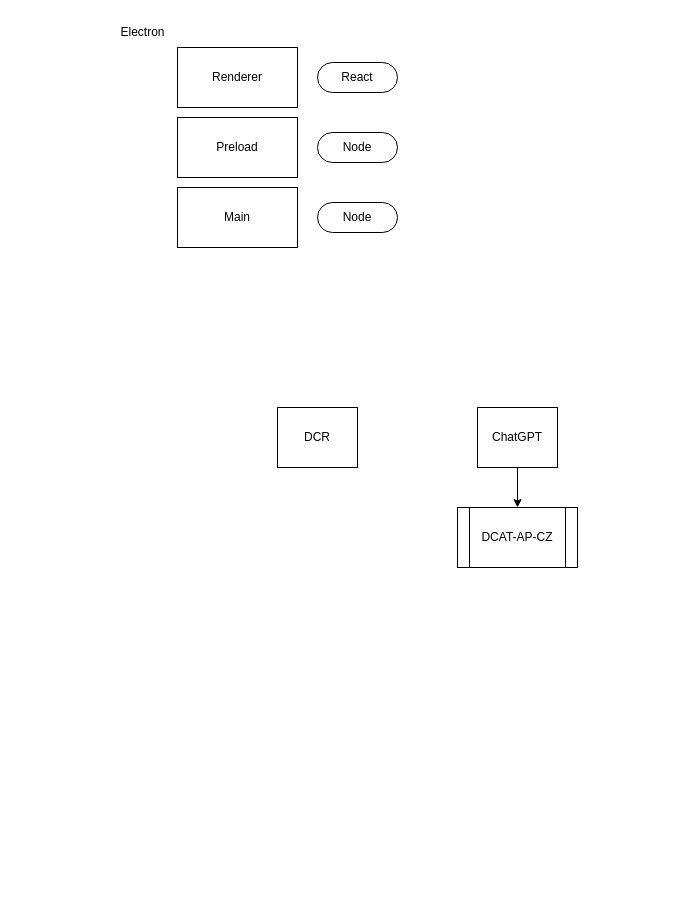
The draw.io diagram page "Architecture" (3 of 5) of MetaMake.drawio in SaNuelson/MetaMake, before the edit. Source tidied: cells renumbered, new cells numbered last; positions are measured from the earlier drawing's top-left corner, leaving out a move shared by most shapes. Both pictures are drawn from the tidied source at 100%, with x=0, y=0 at pixel (107, 17).
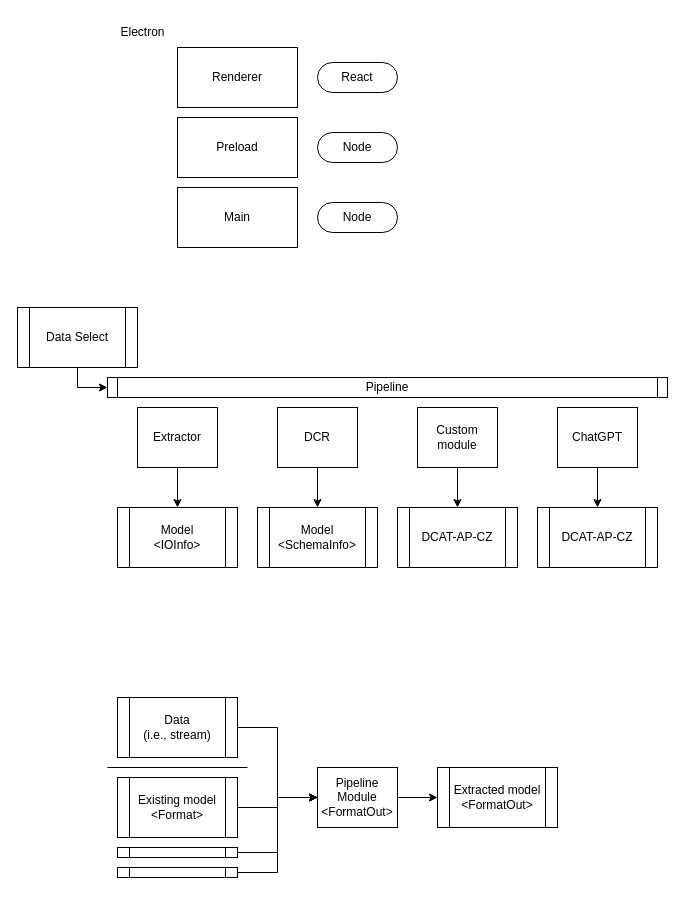
After the change.

The change refers to these unchanged cells:
```xml
<mxCell id="11" value="DCR" style="rounded=0;whiteSpace=wrap;html=1;" parent="1" vertex="1">
  <mxGeometry x="170" y="390" width="80" height="60" as="geometry" />
</mxCell>
```

The edit, as a diff of the source:
```diff
@@
     <mxCell id="10" value="ChatGPT" style="rounded=0;whiteSpace=wrap;html=1;" parent="1" vertex="1">
-      <mxGeometry x="370" y="390" width="80" height="60" as="geometry" />
+      <mxGeometry x="450" y="390" width="80" height="60" as="geometry" />
     </mxCell>
+    <mxCell id="13" style="edgeStyle=orthogonalEdgeStyle;rounded=0;jettySize=auto;html=1;exitX=0.5;exitY=1;exitDx=0;exitDy=0;entryX=0.5;entryY=0;entryDx=0;entryDy=0;" parent="1" edge="1" source="11" target="20">
+      <mxGeometry relative="1" as="geometry" />
+    </mxCell>
@@
     <mxCell id="12" value="DCAT-AP-CZ" style="shape=process;whiteSpace=wrap;html=1;backgroundOutline=1;" parent="1" vertex="1">
-      <mxGeometry x="350" y="490" width="120" height="60" as="geometry" />
+      <mxGeometry x="430" y="490" width="120" height="60" as="geometry" />
     </mxCell>
+    <mxCell id="14" style="edgeStyle=orthogonalEdgeStyle;rounded=0;jettySize=auto;html=1;entryX=0;entryY=0.5;entryDx=0;entryDy=0;" parent="1" edge="1" source="15" target="16">
+      <mxGeometry relative="1" as="geometry" />
+    </mxCell>
+    <mxCell id="15" value="Data Select" style="shape=process;whiteSpace=wrap;html=1;backgroundOutline=1;" parent="1" vertex="1">
+      <mxGeometry x="-90" y="290" width="120" height="60" as="geometry" />
+    </mxCell>
+    <mxCell id="16" value="Pipeline" style="shape=process;whiteSpace=wrap;html=1;backgroundOutline=1;size=0.017857142857142856;" parent="1" vertex="1">
+      <mxGeometry y="360" width="560" height="20" as="geometry" />
+    </mxCell>
+    <mxCell id="17" style="edgeStyle=orthogonalEdgeStyle;rounded=0;jettySize=auto;html=1;exitX=0.5;exitY=1;exitDx=0;exitDy=0;" parent="1" edge="1" source="18" target="19">
+      <mxGeometry relative="1" as="geometry" />
+    </mxCell>
+    <mxCell id="18" value="Extractor" style="rounded=0;whiteSpace=wrap;html=1;" parent="1" vertex="1">
+      <mxGeometry x="30" y="390" width="80" height="60" as="geometry" />
+    </mxCell>
+    <mxCell id="19" value="Model&lt;br&gt;&amp;lt;IOInfo&amp;gt;" style="shape=process;whiteSpace=wrap;html=1;backgroundOutline=1;" parent="1" vertex="1">
+      <mxGeometry x="10" y="490" width="120" height="60" as="geometry" />
+    </mxCell>
+    <mxCell id="20" value="Model&lt;br&gt;&amp;lt;SchemaInfo&amp;gt;" style="shape=process;whiteSpace=wrap;html=1;backgroundOutline=1;" parent="1" vertex="1">
+      <mxGeometry x="150" y="490" width="120" height="60" as="geometry" />
+    </mxCell>
+    <mxCell id="21" value="DCAT-AP-CZ" style="shape=process;whiteSpace=wrap;html=1;backgroundOutline=1;" parent="1" vertex="1">
+      <mxGeometry x="290" y="490" width="120" height="60" as="geometry" />
+    </mxCell>
+    <mxCell id="22" style="edgeStyle=orthogonalEdgeStyle;rounded=0;jettySize=auto;html=1;exitX=0.5;exitY=1;exitDx=0;exitDy=0;" parent="1" edge="1" source="23" target="21">
+      <mxGeometry relative="1" as="geometry" />
+    </mxCell>
+    <mxCell id="23" value="Custom module" style="rounded=0;whiteSpace=wrap;html=1;" parent="1" vertex="1">
+      <mxGeometry x="310" y="390" width="80" height="60" as="geometry" />
+    </mxCell>
+    <mxCell id="24" style="edgeStyle=orthogonalEdgeStyle;rounded=0;jettySize=auto;html=1;exitX=1;exitY=0.5;exitDx=0;exitDy=0;" parent="1" edge="1" source="25" target="34">
+      <mxGeometry relative="1" as="geometry" />
+    </mxCell>
+    <mxCell id="25" value="Pipeline Module&lt;br&gt;&amp;lt;FormatOut&amp;gt;" style="rounded=0;whiteSpace=wrap;html=1;" parent="1" vertex="1">
+      <mxGeometry x="210" y="750" width="80" height="60" as="geometry" />
+    </mxCell>
+    <mxCell id="26" style="edgeStyle=orthogonalEdgeStyle;rounded=0;jettySize=auto;html=1;exitX=1;exitY=0.5;exitDx=0;exitDy=0;" parent="1" edge="1" source="27" target="25">
+      <mxGeometry relative="1" as="geometry" />
+    </mxCell>
+    <mxCell id="27" value="Existing model&lt;br&gt;&amp;lt;Format&amp;gt;" style="shape=process;whiteSpace=wrap;html=1;backgroundOutline=1;" parent="1" vertex="1">
+      <mxGeometry x="10" y="760" width="120" height="60" as="geometry" />
+    </mxCell>
+    <mxCell id="28" style="edgeStyle=orthogonalEdgeStyle;rounded=0;jettySize=auto;html=1;exitX=1;exitY=0.5;exitDx=0;exitDy=0;entryX=0;entryY=0.5;entryDx=0;entryDy=0;" parent="1" edge="1" source="29" target="25">
+      <mxGeometry relative="1" as="geometry" />
+    </mxCell>
+    <mxCell id="29" style="shape=process;whiteSpace=wrap;html=1;backgroundOutline=1;" parent="1" vertex="1">
+      <mxGeometry x="10" y="830" width="120" height="10" as="geometry" />
+    </mxCell>
+    <mxCell id="30" style="edgeStyle=orthogonalEdgeStyle;rounded=0;jettySize=auto;html=1;exitX=1;exitY=0.5;exitDx=0;exitDy=0;entryX=0;entryY=0.5;entryDx=0;entryDy=0;" parent="1" edge="1" source="31" target="25">
+      <mxGeometry relative="1" as="geometry" />
+    </mxCell>
+    <mxCell id="31" style="shape=process;whiteSpace=wrap;html=1;backgroundOutline=1;" parent="1" vertex="1">
+      <mxGeometry x="10" y="850" width="120" height="10" as="geometry" />
+    </mxCell>
+    <mxCell id="32" style="edgeStyle=orthogonalEdgeStyle;rounded=0;jettySize=auto;html=1;exitX=1;exitY=0.5;exitDx=0;exitDy=0;entryX=0;entryY=0.5;entryDx=0;entryDy=0;" parent="1" edge="1" source="33" target="25">
+      <mxGeometry relative="1" as="geometry" />
+    </mxCell>
+    <mxCell id="33" value="Data&lt;br&gt;(i.e., stream)" style="shape=process;whiteSpace=wrap;html=1;backgroundOutline=1;" parent="1" vertex="1">
+      <mxGeometry x="10" y="680" width="120" height="60" as="geometry" />
+    </mxCell>
+    <mxCell id="34" value="Extracted model&lt;br&gt;&amp;lt;FormatOut&amp;gt;" style="shape=process;whiteSpace=wrap;html=1;backgroundOutline=1;" parent="1" vertex="1">
+      <mxGeometry x="330" y="750" width="120" height="60" as="geometry" />
+    </mxCell>
+    <mxCell id="35" style="endArrow=none;html=1;rounded=0;" parent="1" edge="1">
+      <mxGeometry relative="1" as="geometry">
+        <mxPoint y="750" as="sourcePoint" />
+        <mxPoint x="140" y="750" as="targetPoint" />
+      </mxGeometry>
+    </mxCell>
```
